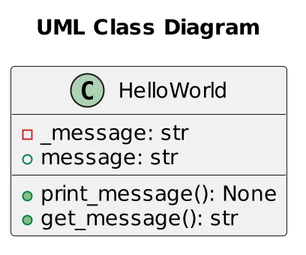
Earlier version of the PlantUML export demo-assignments/A0-OOP/hello/uml/HelloWorld.png (rambasnet/Object-Oriented-Programming-Design-Patterns). Its diagram source:
```plantuml
@startuml
scale 2
title "UML Class Diagram"
class HelloWorld {
	-_message: str
	+message: str
	+print_message(): None
	+get_message(): str
}
@enduml
```
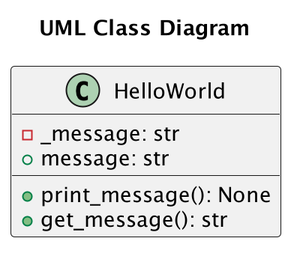
Later version of the same file.

Diff of the diagram source:
```diff
@@ -1,4 +1,4 @@
-@startuml
+@startuml HelloWorld
 scale 2
 title "UML Class Diagram"
 class HelloWorld {
```
